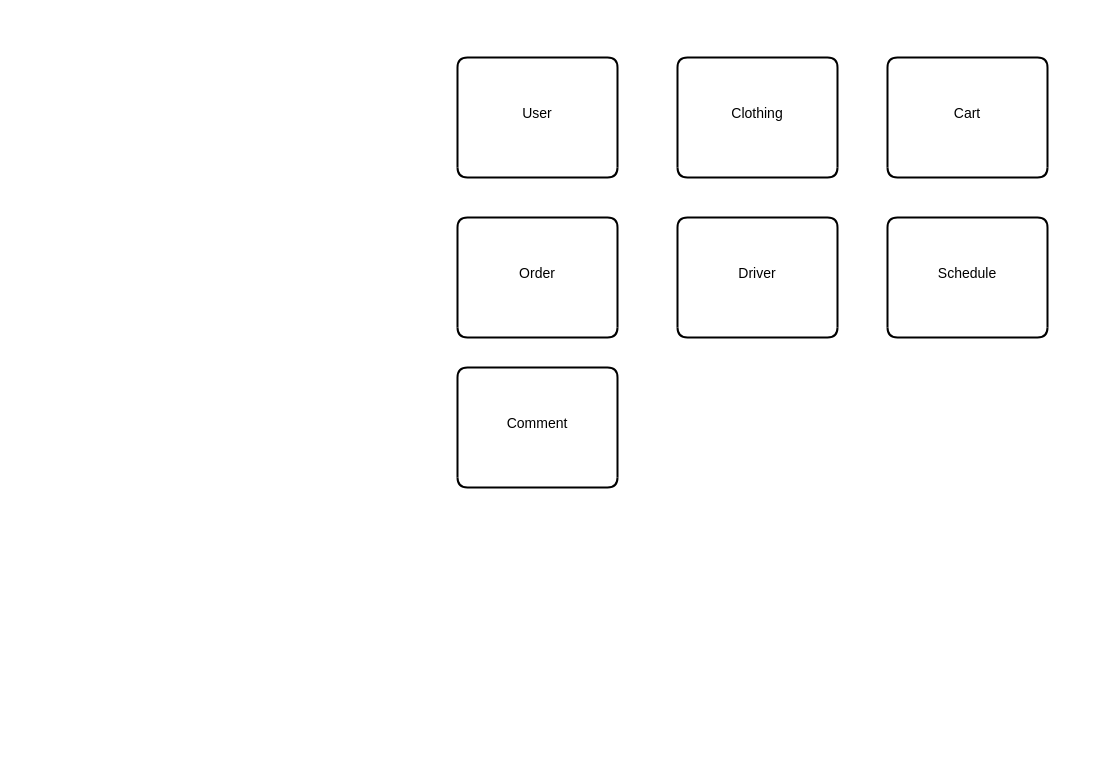
yasharzb/Health-Management keeps this draw.io diagram as Market.drawio. Above is the earlier version. Source tidied: cells renumbered, new cells numbered last; positions are measured from the earlier drawing's top-left corner, leaving out a move shared by most shapes. Both pictures are drawn from the tidied source at 100%, with x=0, y=0 at pixel (457, 57).
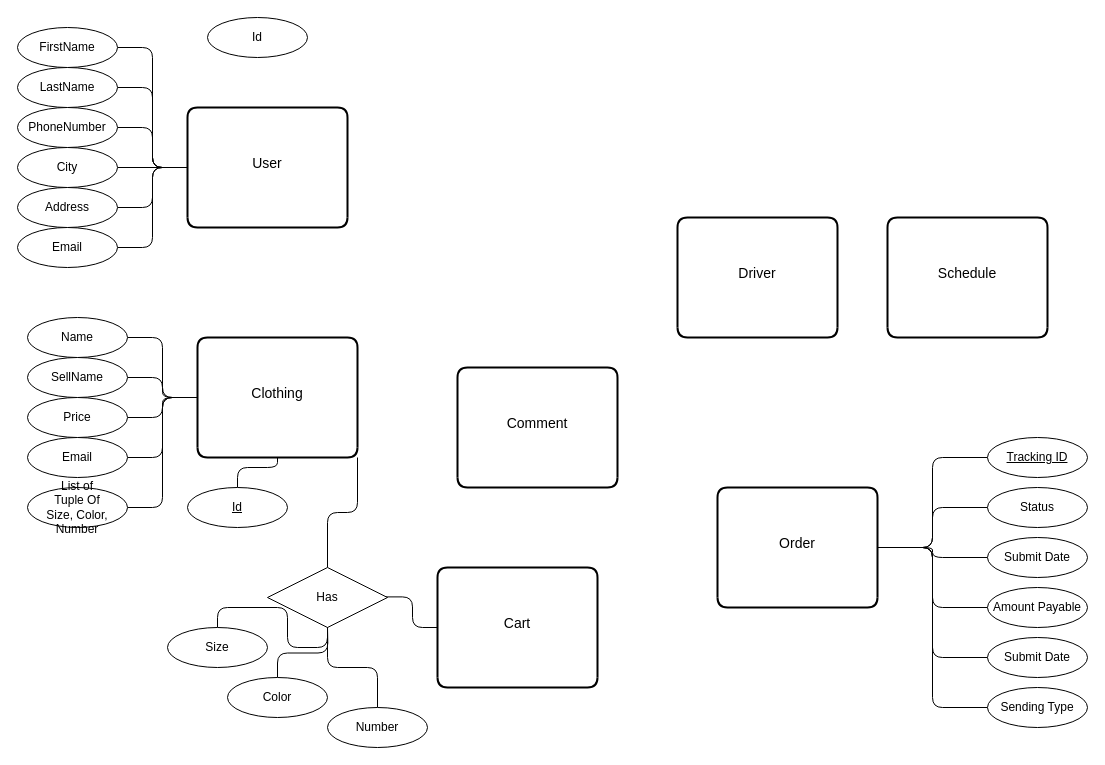
Above is the later version.

Change to the diagram source:
```diff
@@
     <mxCell id="2" value="User" style="swimlane;horizontal=1;startSize=110;rounded=1;fontSize=14;fontStyle=0;strokeWidth=2;shadow=0;dashed=0;align=center;swimlaneLine=0;" parent="1" vertex="1">
-      <mxGeometry width="160" height="120" as="geometry" />
+      <mxGeometry x="-270" y="50" width="160" height="120" as="geometry" />
     </mxCell>
+    <mxCell id="9" style="edgeStyle=orthogonalEdgeStyle;rounded=1;jettySize=auto;html=1;entryX=1;entryY=0.5;entryDx=0;entryDy=0;endArrow=none;endFill=0;" parent="1" edge="1" source="3" target="24">
+      <mxGeometry relative="1" as="geometry" />
+    </mxCell>
     <mxCell id="3" value="Clothing" style="swimlane;horizontal=1;startSize=110;rounded=1;fontSize=14;fontStyle=0;strokeWidth=2;shadow=0;dashed=0;align=center;swimlaneLine=0;" parent="1" vertex="1">
-      <mxGeometry x="220" width="160" height="120" as="geometry" />
+      <mxGeometry x="-260" y="280" width="160" height="120" as="geometry" />
     </mxCell>
+    <mxCell id="10" style="edgeStyle=orthogonalEdgeStyle;rounded=1;jettySize=auto;html=1;exitX=0;exitY=0.5;exitDx=0;exitDy=0;entryX=0.943;entryY=0.49;entryDx=0;entryDy=0;entryPerimeter=0;endArrow=none;endFill=0;" parent="1" edge="1" source="4" target="37">
+      <mxGeometry relative="1" as="geometry" />
+    </mxCell>
     <mxCell id="4" value="Cart" style="swimlane;horizontal=1;startSize=110;rounded=1;fontSize=14;fontStyle=0;strokeWidth=2;shadow=0;dashed=0;align=center;swimlaneLine=0;" parent="1" vertex="1">
-      <mxGeometry x="430" width="160" height="120" as="geometry" />
+      <mxGeometry x="-20" y="510" width="160" height="120" as="geometry" />
     </mxCell>
+    <mxCell id="11" style="edgeStyle=orthogonalEdgeStyle;rounded=1;jettySize=auto;html=1;entryX=0;entryY=0.5;entryDx=0;entryDy=0;endArrow=none;endFill=0;" parent="1" edge="1" source="5" target="54">
+      <mxGeometry relative="1" as="geometry" />
+    </mxCell>
     <mxCell id="5" value="Order" style="swimlane;horizontal=1;startSize=110;rounded=1;fontSize=14;fontStyle=0;strokeWidth=2;shadow=0;dashed=0;align=center;swimlaneLine=0;" parent="1" vertex="1">
-      <mxGeometry y="160" width="160" height="120" as="geometry" />
+      <mxGeometry x="260" y="430" width="160" height="120" as="geometry" />
     </mxCell>
@@
+    <mxCell id="12" style="edgeStyle=orthogonalEdgeStyle;rounded=1;jettySize=auto;html=1;exitX=1;exitY=0.5;exitDx=0;exitDy=0;entryX=0;entryY=0.5;entryDx=0;entryDy=0;endArrow=none;endFill=0;" parent="1" edge="1" source="13" target="2">
+      <mxGeometry relative="1" as="geometry" />
+    </mxCell>
+    <mxCell id="13" value="FirstName" style="ellipse;whiteSpace=wrap;html=1;align=center;" parent="1" vertex="1">
+      <mxGeometry x="-440" y="-30" width="100" height="40" as="geometry" />
+    </mxCell>
+    <mxCell id="14" style="edgeStyle=orthogonalEdgeStyle;rounded=1;jettySize=auto;html=1;exitX=1;exitY=0.5;exitDx=0;exitDy=0;endArrow=none;endFill=0;" parent="1" edge="1" source="15" target="2">
+      <mxGeometry relative="1" as="geometry" />
+    </mxCell>
+    <mxCell id="15" value="LastName" style="ellipse;whiteSpace=wrap;html=1;align=center;" parent="1" vertex="1">
+      <mxGeometry x="-440" y="10" width="100" height="40" as="geometry" />
+    </mxCell>
+    <mxCell id="16" style="edgeStyle=orthogonalEdgeStyle;rounded=1;jettySize=auto;html=1;exitX=1;exitY=0.5;exitDx=0;exitDy=0;endArrow=none;endFill=0;" parent="1" edge="1" source="17" target="2">
+      <mxGeometry relative="1" as="geometry" />
+    </mxCell>
+    <mxCell id="17" value="PhoneNumber" style="ellipse;whiteSpace=wrap;html=1;align=center;" parent="1" vertex="1">
+      <mxGeometry x="-440" y="50" width="100" height="40" as="geometry" />
+    </mxCell>
+    <mxCell id="18" style="edgeStyle=orthogonalEdgeStyle;rounded=1;jettySize=auto;html=1;exitX=1;exitY=0.5;exitDx=0;exitDy=0;endArrow=none;endFill=0;" parent="1" edge="1" source="19" target="2">
+      <mxGeometry relative="1" as="geometry" />
+    </mxCell>
+    <mxCell id="19" value="City" style="ellipse;whiteSpace=wrap;html=1;align=center;" parent="1" vertex="1">
+      <mxGeometry x="-440" y="90" width="100" height="40" as="geometry" />
+    </mxCell>
+    <mxCell id="20" style="edgeStyle=orthogonalEdgeStyle;rounded=1;jettySize=auto;html=1;exitX=1;exitY=0.5;exitDx=0;exitDy=0;endArrow=none;endFill=0;" parent="1" edge="1" source="21" target="2">
+      <mxGeometry relative="1" as="geometry" />
+    </mxCell>
+    <mxCell id="21" value="Address" style="ellipse;whiteSpace=wrap;html=1;align=center;" parent="1" vertex="1">
+      <mxGeometry x="-440" y="130" width="100" height="40" as="geometry" />
+    </mxCell>
+    <mxCell id="22" style="edgeStyle=orthogonalEdgeStyle;rounded=1;jettySize=auto;html=1;exitX=1;exitY=0.5;exitDx=0;exitDy=0;endArrow=none;endFill=0;" parent="1" edge="1" source="23" target="2">
+      <mxGeometry relative="1" as="geometry" />
+    </mxCell>
+    <mxCell id="23" value="Email" style="ellipse;whiteSpace=wrap;html=1;align=center;" parent="1" vertex="1">
+      <mxGeometry x="-440" y="170" width="100" height="40" as="geometry" />
+    </mxCell>
+    <mxCell id="24" value="Name" style="ellipse;whiteSpace=wrap;html=1;align=center;" parent="1" vertex="1">
+      <mxGeometry x="-430" y="260" width="100" height="40" as="geometry" />
+    </mxCell>
+    <mxCell id="25" style="edgeStyle=orthogonalEdgeStyle;rounded=1;jettySize=auto;html=1;endArrow=none;endFill=0;" parent="1" edge="1" source="26" target="3">
+      <mxGeometry relative="1" as="geometry" />
+    </mxCell>
+    <mxCell id="26" value="SellName" style="ellipse;whiteSpace=wrap;html=1;align=center;" parent="1" vertex="1">
+      <mxGeometry x="-430" y="300" width="100" height="40" as="geometry" />
+    </mxCell>
+    <mxCell id="27" style="edgeStyle=orthogonalEdgeStyle;rounded=1;jettySize=auto;html=1;exitX=1;exitY=0.5;exitDx=0;exitDy=0;endArrow=none;endFill=0;" parent="1" edge="1" source="28" target="3">
+      <mxGeometry relative="1" as="geometry" />
+    </mxCell>
+    <mxCell id="28" value="Price" style="ellipse;whiteSpace=wrap;html=1;align=center;" parent="1" vertex="1">
+      <mxGeometry x="-430" y="340" width="100" height="40" as="geometry" />
+    </mxCell>
+    <mxCell id="29" style="edgeStyle=orthogonalEdgeStyle;rounded=1;jettySize=auto;html=1;exitX=1;exitY=0.5;exitDx=0;exitDy=0;endArrow=none;endFill=0;" parent="1" edge="1" source="30" target="3">
+      <mxGeometry relative="1" as="geometry" />
+    </mxCell>
+    <mxCell id="30" value="Email" style="ellipse;whiteSpace=wrap;html=1;align=center;" parent="1" vertex="1">
+      <mxGeometry x="-430" y="380" width="100" height="40" as="geometry" />
+    </mxCell>
+    <mxCell id="31" style="edgeStyle=orthogonalEdgeStyle;rounded=1;jettySize=auto;html=1;exitX=1;exitY=0.5;exitDx=0;exitDy=0;entryX=0;entryY=0.5;entryDx=0;entryDy=0;endArrow=none;endFill=0;" parent="1" edge="1" source="32" target="3">
+      <mxGeometry relative="1" as="geometry" />
+    </mxCell>
+    <mxCell id="32" value="List of&lt;br&gt;Tuple Of&lt;br&gt;Size, Color, Number" style="ellipse;whiteSpace=wrap;html=1;align=center;" parent="1" vertex="1">
+      <mxGeometry x="-430" y="430" width="100" height="40" as="geometry" />
+    </mxCell>
+    <mxCell id="33" style="edgeStyle=orthogonalEdgeStyle;rounded=1;jettySize=auto;html=1;endArrow=none;endFill=0;" parent="1" edge="1" source="34" target="3">
+      <mxGeometry relative="1" as="geometry" />
+    </mxCell>
+    <mxCell id="34" value="Id" style="ellipse;whiteSpace=wrap;html=1;align=center;fontStyle=4;" parent="1" vertex="1">
+      <mxGeometry x="-270" y="430" width="100" height="40" as="geometry" />
+    </mxCell>
+    <mxCell id="35" value="Id" style="ellipse;whiteSpace=wrap;html=1;align=center;" parent="1" vertex="1">
+      <mxGeometry x="-250" y="-40" width="100" height="40" as="geometry" />
+    </mxCell>
+    <mxCell id="36" style="edgeStyle=orthogonalEdgeStyle;rounded=1;jettySize=auto;html=1;exitX=0.5;exitY=0;exitDx=0;exitDy=0;entryX=1;entryY=1;entryDx=0;entryDy=0;endArrow=none;endFill=0;" parent="1" edge="1" source="37" target="3">
+      <mxGeometry relative="1" as="geometry" />
+    </mxCell>
+    <mxCell id="37" value="Has" style="shape=rhombus;perimeter=rhombusPerimeter;whiteSpace=wrap;html=1;align=center;" parent="1" vertex="1">
+      <mxGeometry x="-190" y="510" width="120" height="60" as="geometry" />
+    </mxCell>
+    <mxCell id="38" style="edgeStyle=orthogonalEdgeStyle;rounded=1;jettySize=auto;html=1;exitX=0.5;exitY=0;exitDx=0;exitDy=0;entryX=0.5;entryY=1;entryDx=0;entryDy=0;endArrow=none;endFill=0;" parent="1" edge="1" source="39" target="37">
+      <mxGeometry relative="1" as="geometry" />
+    </mxCell>
+    <mxCell id="39" value="Size" style="ellipse;whiteSpace=wrap;html=1;align=center;" parent="1" vertex="1">
+      <mxGeometry x="-290" y="570" width="100" height="40" as="geometry" />
+    </mxCell>
+    <mxCell id="40" style="edgeStyle=orthogonalEdgeStyle;rounded=1;jettySize=auto;html=1;exitX=0.5;exitY=0;exitDx=0;exitDy=0;endArrow=none;endFill=0;" parent="1" edge="1" source="41">
+      <mxGeometry relative="1" as="geometry">
+        <mxPoint x="-130" y="570" as="targetPoint" />
+      </mxGeometry>
+    </mxCell>
+    <mxCell id="41" value="Color" style="ellipse;whiteSpace=wrap;html=1;align=center;" parent="1" vertex="1">
+      <mxGeometry x="-230" y="620" width="100" height="40" as="geometry" />
+    </mxCell>
+    <mxCell id="42" style="edgeStyle=orthogonalEdgeStyle;rounded=1;jettySize=auto;html=1;endArrow=none;endFill=0;" parent="1" edge="1" source="43" target="37">
+      <mxGeometry relative="1" as="geometry" />
+    </mxCell>
+    <mxCell id="43" value="Number" style="ellipse;whiteSpace=wrap;html=1;align=center;" parent="1" vertex="1">
+      <mxGeometry x="-130" y="650" width="100" height="40" as="geometry" />
+    </mxCell>
+    <mxCell id="44" style="edgeStyle=orthogonalEdgeStyle;rounded=1;jettySize=auto;html=1;entryX=1;entryY=0.5;entryDx=0;entryDy=0;endArrow=none;endFill=0;" parent="1" edge="1" source="45" target="5">
+      <mxGeometry relative="1" as="geometry" />
+    </mxCell>
+    <mxCell id="45" value="Tracking ID" style="ellipse;whiteSpace=wrap;html=1;align=center;fontStyle=4;" parent="1" vertex="1">
+      <mxGeometry x="530" y="380" width="100" height="40" as="geometry" />
+    </mxCell>
+    <mxCell id="46" style="edgeStyle=orthogonalEdgeStyle;rounded=1;jettySize=auto;html=1;exitX=0;exitY=0.5;exitDx=0;exitDy=0;endArrow=none;endFill=0;" parent="1" edge="1" source="47" target="5">
+      <mxGeometry relative="1" as="geometry" />
+    </mxCell>
+    <mxCell id="47" value="Status" style="ellipse;whiteSpace=wrap;html=1;align=center;" parent="1" vertex="1">
+      <mxGeometry x="530" y="430" width="100" height="40" as="geometry" />
+    </mxCell>
+    <mxCell id="48" style="edgeStyle=orthogonalEdgeStyle;rounded=1;jettySize=auto;html=1;exitX=0;exitY=0.5;exitDx=0;exitDy=0;endArrow=none;endFill=0;" parent="1" edge="1" source="49" target="5">
+      <mxGeometry relative="1" as="geometry" />
+    </mxCell>
+    <mxCell id="49" value="Submit Date" style="ellipse;whiteSpace=wrap;html=1;align=center;" parent="1" vertex="1">
+      <mxGeometry x="530" y="480" width="100" height="40" as="geometry" />
+    </mxCell>
+    <mxCell id="50" style="edgeStyle=orthogonalEdgeStyle;rounded=1;jettySize=auto;html=1;exitX=0;exitY=0.5;exitDx=0;exitDy=0;endArrow=none;endFill=0;" parent="1" edge="1" source="51" target="5">
+      <mxGeometry relative="1" as="geometry" />
+    </mxCell>
+    <mxCell id="51" value="Amount Payable" style="ellipse;whiteSpace=wrap;html=1;align=center;" parent="1" vertex="1">
+      <mxGeometry x="530" y="530" width="100" height="40" as="geometry" />
+    </mxCell>
+    <mxCell id="52" style="edgeStyle=orthogonalEdgeStyle;rounded=1;jettySize=auto;html=1;entryX=1;entryY=0.5;entryDx=0;entryDy=0;endArrow=none;endFill=0;" parent="1" edge="1" source="53" target="5">
+      <mxGeometry relative="1" as="geometry" />
+    </mxCell>
+    <mxCell id="53" value="Submit Date" style="ellipse;whiteSpace=wrap;html=1;align=center;" parent="1" vertex="1">
+      <mxGeometry x="530" y="580" width="100" height="40" as="geometry" />
+    </mxCell>
+    <mxCell id="54" value="Sending Type" style="ellipse;whiteSpace=wrap;html=1;align=center;" parent="1" vertex="1">
+      <mxGeometry x="530" y="630" width="100" height="40" as="geometry" />
+    </mxCell>
```
